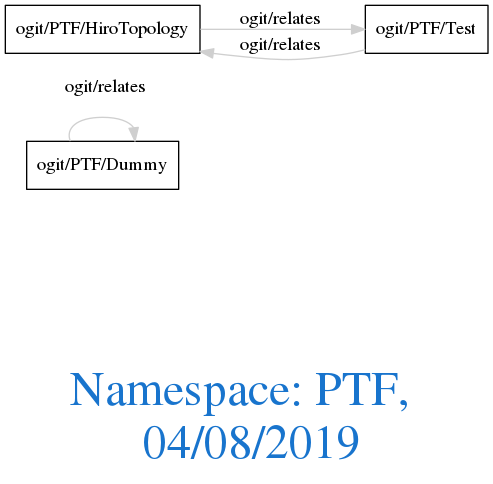
This is downloads/PTF.png from arago/OGIT, a Graphviz export, as it was before one commit. Its source is kept beside it as downloads/PTF.dot. Source of this version:
```dot
digraph OGIT_ontology {
 graph [ rankdir= LR,compound=true
fontsize = 36,
fontcolor= dodgerblue3,label = "\n\n\nNamespace: PTF, \n 04/08/2019"];
node[shape=polygon];
edge [  color="gray81"];

   "ogit/PTF/Dummy" -> "ogit/PTF/Dummy" [label="   ogit/relates
  "];
   "ogit/PTF/HiroTopology" -> "ogit/PTF/Test" [label="   ogit/relates    "];
   "ogit/PTF/Test" -> "ogit/PTF/HiroTopology" [label="   ogit/relates    "];
}
```
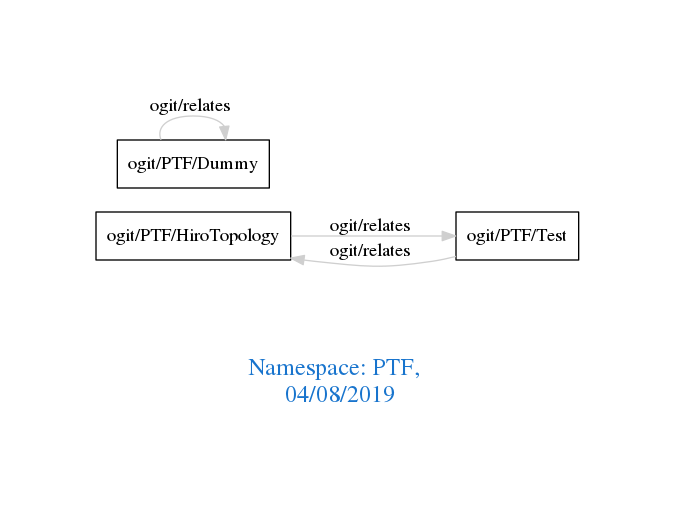
After the change.

Change to the diagram source:
```diff
@@ -1,12 +1,11 @@
 digraph OGIT_ontology {
- graph [ rankdir= LR,compound=true
-fontsize = 36,
+ graph [ rankdir= LR,pad=1
+fontsize = 18,
 fontcolor= dodgerblue3,label = "\n\n\nNamespace: PTF, \n 04/08/2019"];
 node[shape=polygon];
 edge [  color="gray81"];
 
-   "ogit/PTF/Dummy" -> "ogit/PTF/Dummy" [label="   ogit/relates
-  "];
    "ogit/PTF/HiroTopology" -> "ogit/PTF/Test" [label="   ogit/relates    "];
    "ogit/PTF/Test" -> "ogit/PTF/HiroTopology" [label="   ogit/relates    "];
+   "ogit/PTF/Dummy" -> "ogit/PTF/Dummy" [label="   ogit/relates    "];
 }
```
